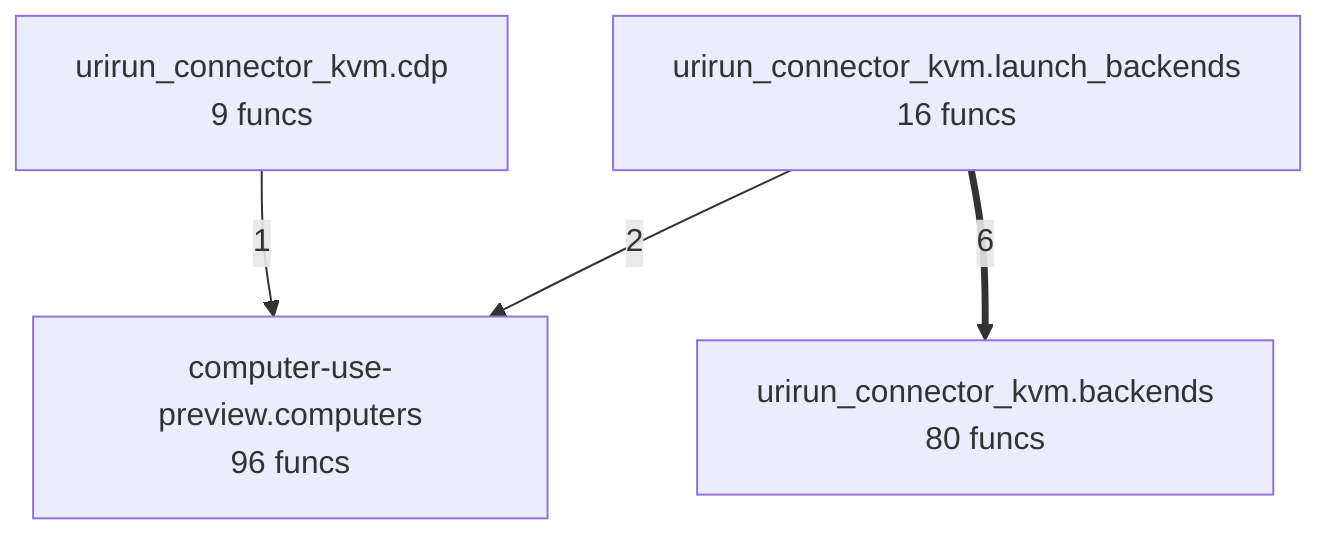
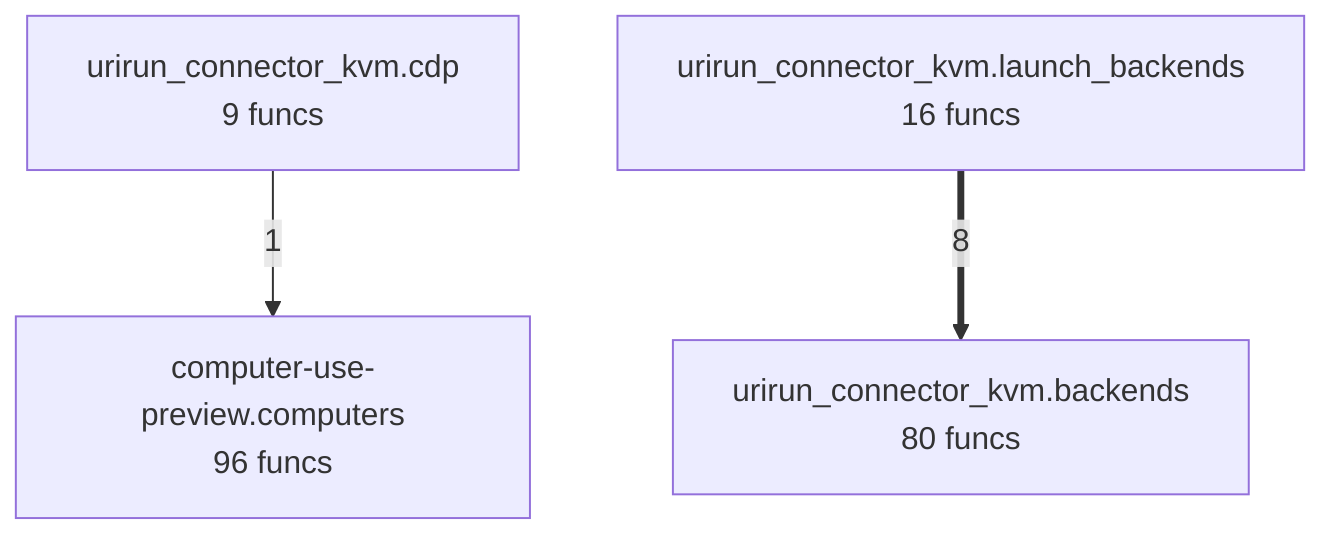
flowchart TD
%% generated in 0.01s
    computer_use_preview__computers["computer-use-preview.computers<br/>96 funcs"]
    urirun_connector_kvm__backends["urirun_connector_kvm.backends<br/>80 funcs"]
    urirun_connector_kvm__cdp["urirun_connector_kvm.cdp<br/>9 funcs"]
    urirun_connector_kvm__launch_backends["urirun_connector_kvm.launch_backends<br/>16 funcs"]
-     urirun_connector_kvm__launch_backends ==>|6| urirun_connector_kvm__backends
-     urirun_connector_kvm__launch_backends -->|2| computer_use_preview__computers
+     urirun_connector_kvm__launch_backends ==>|8| urirun_connector_kvm__backends
    urirun_connector_kvm__cdp -->|1| computer_use_preview__computers
